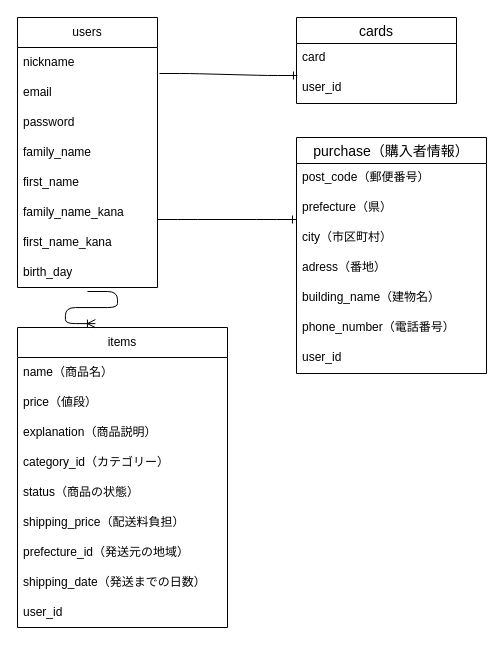
kentakko/furima-39377 keeps this draw.io diagram as page "ページ1" (1 of 2) of test.dio. Above is the earlier version. Source tidied: cells renumbered, new cells numbered last; positions are measured from the earlier drawing's top-left corner, leaving out a move shared by most shapes. Both pictures are drawn from the tidied source at 100%, with x=0, y=0 at pixel (17, 17).
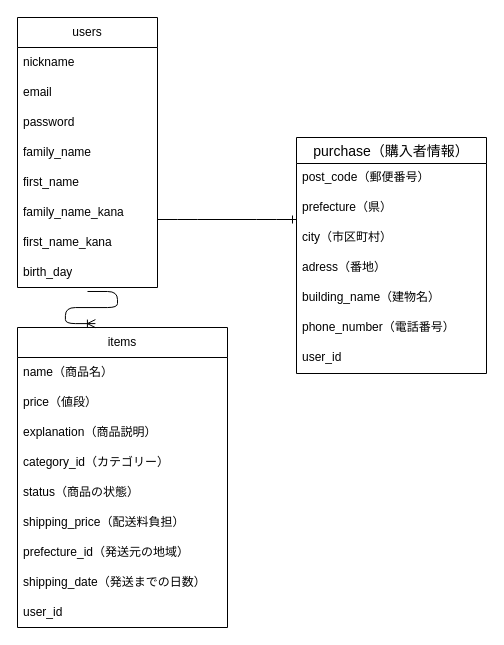
The same page after the edit.

The change refers to these unchanged cells:
```xml
<mxCell id="3" value="nickname" style="text;strokeColor=none;fillColor=none;align=left;verticalAlign=middle;spacingLeft=4;spacingRight=4;overflow=hidden;points=[[0,0.5],[1,0.5]];portConstraint=eastwest;whiteSpace=wrap;html=1;" parent="2" vertex="1">
  <mxGeometry y="30" width="140" height="30" as="geometry" />
</mxCell>
```

Change to the diagram source:
```diff
@@
-    <mxCell id="21" value="cards" style="swimlane;fontStyle=0;horizontal=1;startSize=26;align=center;fontSize=14;" parent="1" vertex="1">
-      <mxGeometry x="279" width="160" height="86" as="geometry" />
-    </mxCell>
-    <mxCell id="22" value="card" style="text;strokeColor=none;fillColor=none;spacingLeft=4;spacingRight=4;overflow=hidden;fontSize=12;" parent="21" vertex="1">
-      <mxGeometry y="26" width="160" height="30" as="geometry" />
-    </mxCell>
-    <mxCell id="23" value="user_id" style="text;strokeColor=none;fillColor=none;spacingLeft=4;spacingRight=4;overflow=hidden;points=[[0,0.5],[1,0.5]];portConstraint=eastwest;fontSize=12;" parent="21" vertex="1">
-      <mxGeometry y="56" width="160" height="30" as="geometry" />
-    </mxCell>
@@
-    <mxCell id="33" style="edgeStyle=entityRelationEdgeStyle;fontSize=12;html=1;endArrow=ERone;endFill=1;exitX=1.014;exitY=0.867;exitDx=0;exitDy=0;exitPerimeter=0;entryX=0.006;entryY=0.067;entryDx=0;entryDy=0;entryPerimeter=0;" parent="1" edge="1" source="3" target="23">
-      <mxGeometry relative="1" as="geometry" />
-    </mxCell>
```
